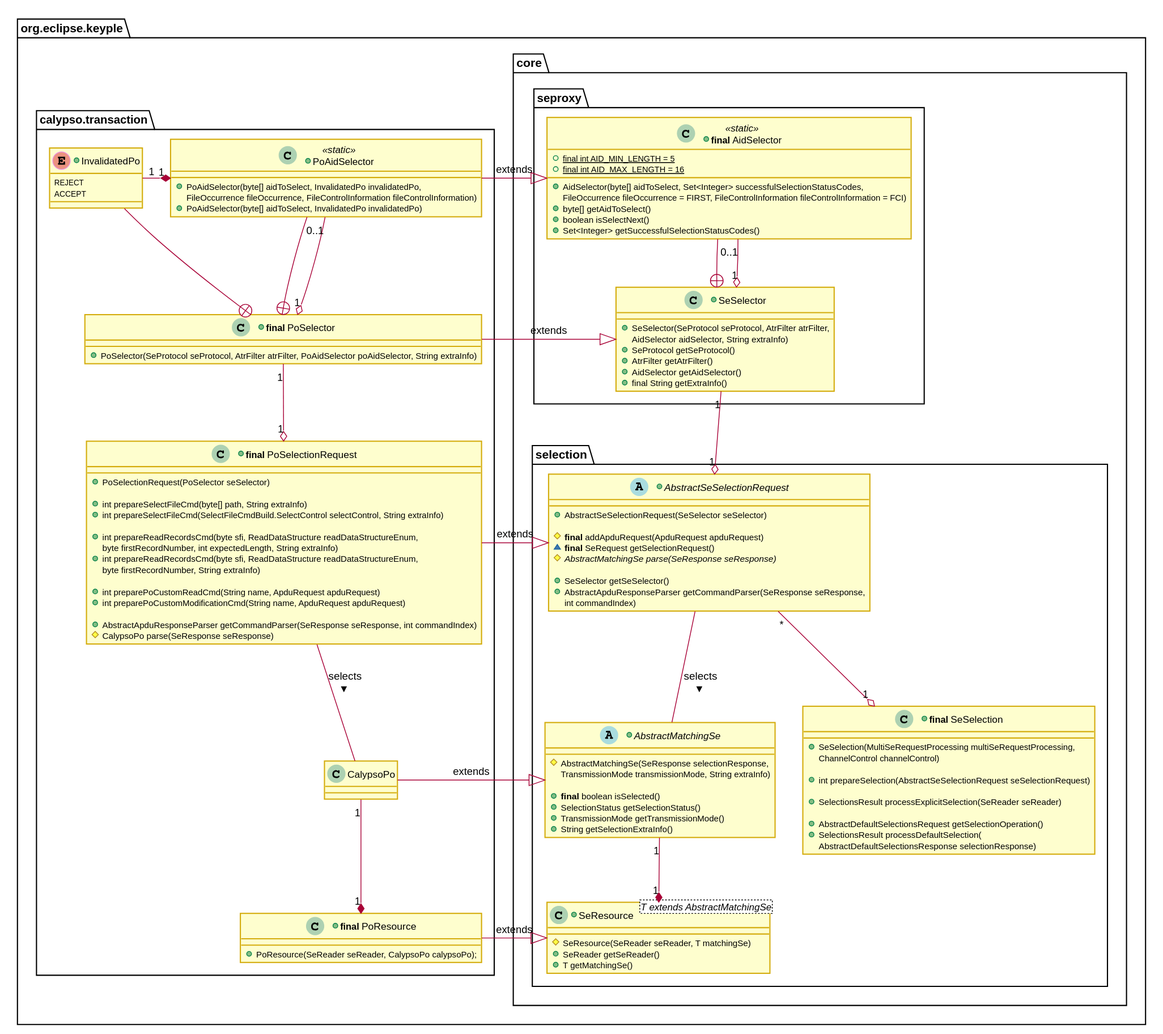
The PlantUML diagram docs/KeypleCalypsoApi/ApplicationApi/img/KeypleCalypso_ApplicationApi_ClassDiag_Transaction_PO_Selection_0_8_0.svg in calypsonet/keyple, before a commit.
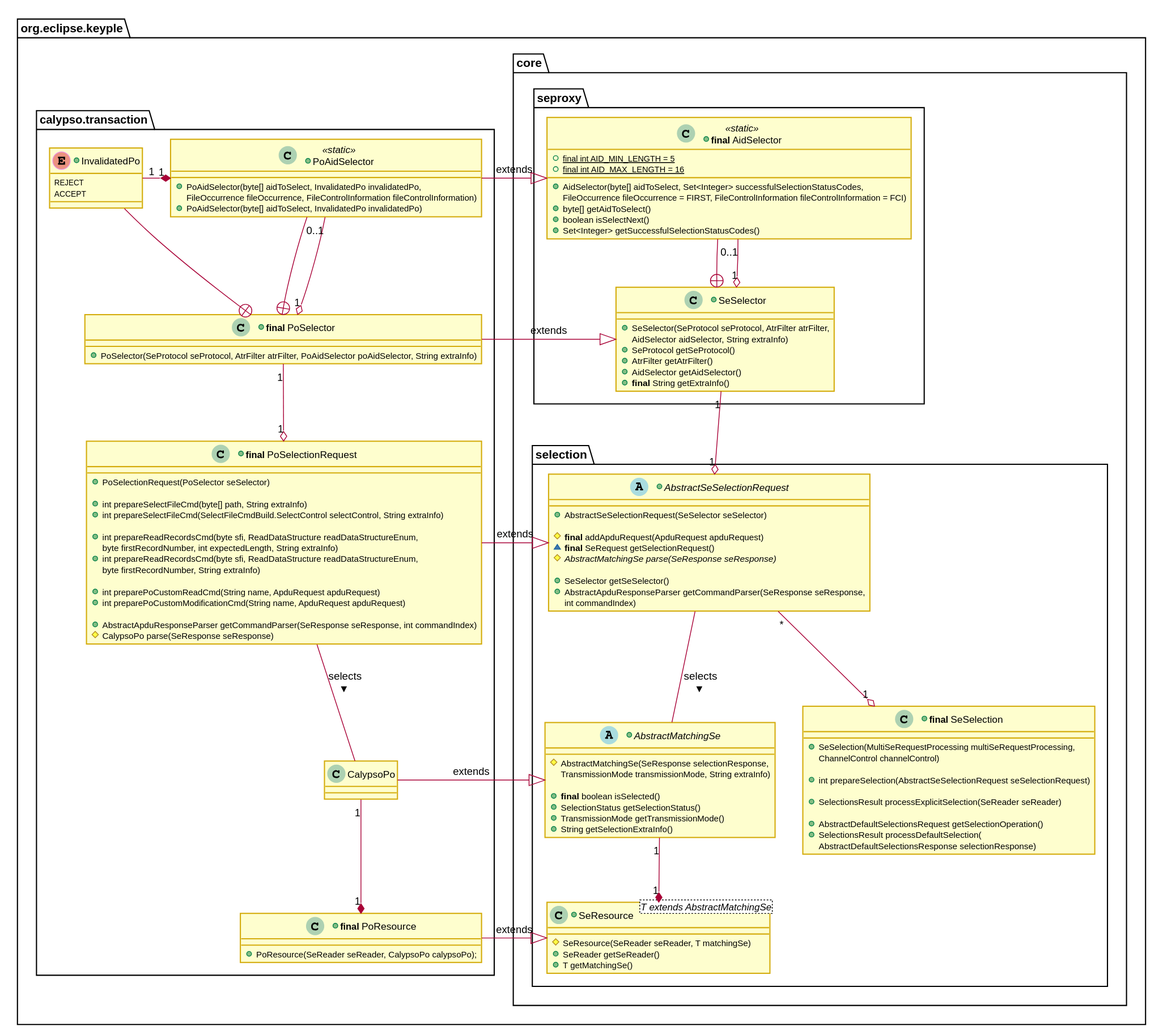
After the change.

What changed in the source:
```diff
@@ -42,7 +42,7 @@
   +SeProtocol getSeProtocol()
   +AtrFilter getAtrFilter()
   +AidSelector getAidSelector()
-  +final String getExtraInfo()
+  +<b>final</b> String getExtraInfo()
 }
 
       SeSelector +-up- AidSelector
```
